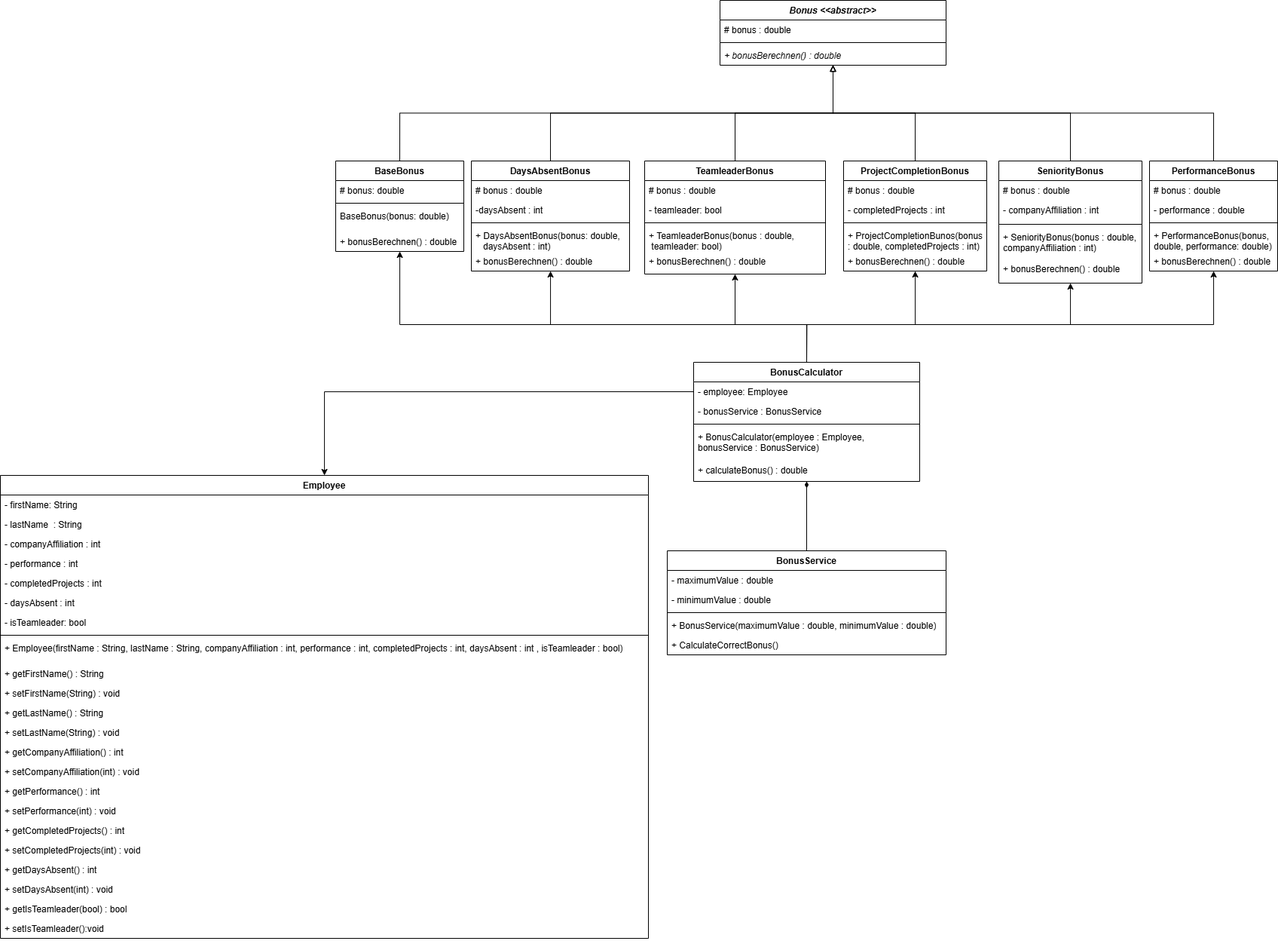
Above: DecoratorKlassendiagramm.png in DennisKasch/decorator-pattern-projekt (draw.io), before the change. Source tidied: cells renumbered, new cells last; positions are measured from the earlier drawing's top-left corner, leaving out a move shared by most shapes.
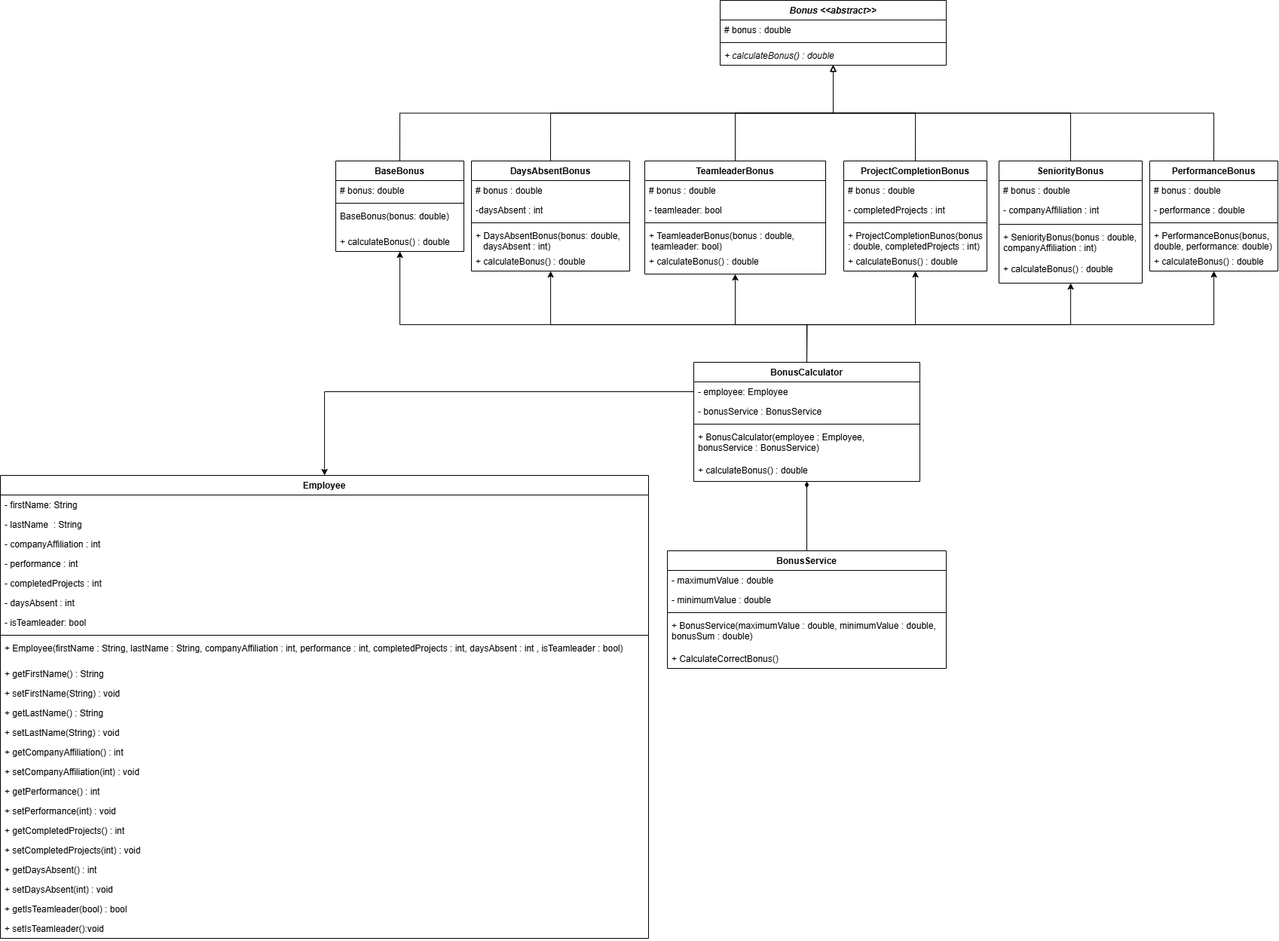
Later version of the same file.

Commit message:
Update Class Diagram

The edit, as a diff of the source:
```diff
@@ -83,7 +83,7 @@
     <mxCell id="28" style="line;strokeWidth=1;fillColor=none;align=left;verticalAlign=middle;spacingTop=-1;spacingLeft=3;spacingRight=3;labelPosition=right;strokeColor=inherit;" parent="26" vertex="1">
       <mxGeometry y="52" width="300" height="8" as="geometry" />
     </mxCell>
-    <mxCell id="29" value="+ bonusBerechnen() : double" style="text;strokeColor=none;fillColor=none;align=left;verticalAlign=top;spacingLeft=4;spacingRight=4;overflow=hidden;whiteSpace=wrap;html=1;fontStyle=2;" parent="26" vertex="1">
+    <mxCell id="29" value="+ calculateBonus() : double" style="text;strokeColor=none;fillColor=none;align=left;verticalAlign=top;spacingLeft=4;spacingRight=4;overflow=hidden;whiteSpace=wrap;html=1;fontStyle=2;" parent="26" vertex="1">
       <mxGeometry y="60" width="300" height="26" as="geometry" />
     </mxCell>
     <mxCell id="30" style="edgeStyle=orthogonalEdgeStyle;rounded=0;jettySize=auto;html=1;exitX=0.5;exitY=0;exitDx=0;exitDy=0;endArrow=block;endFill=0;" parent="1" edge="1" source="31" target="26">
@@ -101,7 +101,7 @@
     <mxCell id="34" value="BaseBonus(bonus: double)" style="text;strokeColor=none;fillColor=none;align=left;verticalAlign=top;spacingLeft=4;spacingRight=4;overflow=hidden;whiteSpace=wrap;html=1;" parent="31" vertex="1">
       <mxGeometry y="60" width="170" height="34" as="geometry" />
     </mxCell>
-    <mxCell id="35" value="+ bonusBerechnen() : double" style="text;strokeColor=none;fillColor=none;align=left;verticalAlign=top;spacingLeft=4;spacingRight=4;overflow=hidden;whiteSpace=wrap;html=1;" parent="31" vertex="1">
+    <mxCell id="35" value="+&amp;nbsp;calculateBonus() : double" style="text;strokeColor=none;fillColor=none;align=left;verticalAlign=top;spacingLeft=4;spacingRight=4;overflow=hidden;whiteSpace=wrap;html=1;" parent="31" vertex="1">
       <mxGeometry y="94" width="170" height="26" as="geometry" />
     </mxCell>
     <mxCell id="36" value="PerformanceBonus" style="swimlane;fontStyle=1;align=center;verticalAlign=top;horizontal=1;startSize=26;whiteSpace=wrap;html=1;" parent="1" vertex="1">
@@ -119,7 +119,7 @@
     <mxCell id="40" value="+ PerformanceBonus(bonus, double, performance: double)" style="text;strokeColor=none;fillColor=none;align=left;verticalAlign=top;spacingLeft=4;spacingRight=4;overflow=hidden;whiteSpace=wrap;html=1;" parent="36" vertex="1">
       <mxGeometry y="86" width="170" height="34" as="geometry" />
     </mxCell>
-    <mxCell id="41" value="+ bonusBerechnen() : double" style="text;strokeColor=none;fillColor=none;align=left;verticalAlign=top;spacingLeft=4;spacingRight=4;overflow=hidden;whiteSpace=wrap;html=1;" parent="36" vertex="1">
+    <mxCell id="41" value="+&amp;nbsp;calculateBonus() : double" style="text;strokeColor=none;fillColor=none;align=left;verticalAlign=top;spacingLeft=4;spacingRight=4;overflow=hidden;whiteSpace=wrap;html=1;" parent="36" vertex="1">
       <mxGeometry y="120" width="170" height="26" as="geometry" />
     </mxCell>
     <mxCell id="42" style="edgeStyle=orthogonalEdgeStyle;rounded=0;jettySize=auto;html=1;exitX=0.5;exitY=0;exitDx=0;exitDy=0;endArrow=block;endFill=0;" parent="1" edge="1" source="43" target="26">
@@ -140,7 +140,7 @@
     <mxCell id="47" value="+ SeniorityBonus(bonus : double, companyAffiliation : int)" style="text;strokeColor=none;fillColor=none;align=left;verticalAlign=top;spacingLeft=4;spacingRight=4;overflow=hidden;whiteSpace=wrap;html=1;" parent="43" vertex="1">
       <mxGeometry y="88" width="190" height="42" as="geometry" />
     </mxCell>
-    <mxCell id="48" value="+ bonusBerechnen() : double" style="text;strokeColor=none;fillColor=none;align=left;verticalAlign=top;spacingLeft=4;spacingRight=4;overflow=hidden;whiteSpace=wrap;html=1;" parent="43" vertex="1">
+    <mxCell id="48" value="+&amp;nbsp;calculateBonus() : double" style="text;strokeColor=none;fillColor=none;align=left;verticalAlign=top;spacingLeft=4;spacingRight=4;overflow=hidden;whiteSpace=wrap;html=1;" parent="43" vertex="1">
       <mxGeometry y="130" width="190" height="32" as="geometry" />
     </mxCell>
     <mxCell id="49" style="edgeStyle=orthogonalEdgeStyle;rounded=0;jettySize=auto;html=1;exitX=0.5;exitY=0;exitDx=0;exitDy=0;endArrow=block;endFill=0;" parent="1" edge="1" source="50" target="26">
@@ -161,7 +161,7 @@
     <mxCell id="54" value="+ ProjectCompletionBunos(bonus : double, completedProjects : int)" style="text;strokeColor=none;fillColor=none;align=left;verticalAlign=top;spacingLeft=4;spacingRight=4;overflow=hidden;whiteSpace=wrap;html=1;" parent="50" vertex="1">
       <mxGeometry y="86" width="190" height="34" as="geometry" />
     </mxCell>
-    <mxCell id="55" value="+ bonusBerechnen() : double" style="text;strokeColor=none;fillColor=none;align=left;verticalAlign=top;spacingLeft=4;spacingRight=4;overflow=hidden;whiteSpace=wrap;html=1;" parent="50" vertex="1">
+    <mxCell id="55" value="+&amp;nbsp;calculateBonus() : double" style="text;strokeColor=none;fillColor=none;align=left;verticalAlign=top;spacingLeft=4;spacingRight=4;overflow=hidden;whiteSpace=wrap;html=1;" parent="50" vertex="1">
       <mxGeometry y="120" width="190" height="26" as="geometry" />
     </mxCell>
     <mxCell id="56" style="edgeStyle=orthogonalEdgeStyle;rounded=0;jettySize=auto;html=1;exitX=0.5;exitY=0;exitDx=0;exitDy=0;endArrow=block;endFill=0;" parent="1" edge="1" source="57" target="26">
@@ -182,7 +182,7 @@
     <mxCell id="61" value="+ TeamleaderBonus(bonus : double,&amp;nbsp; &amp;nbsp; &amp;nbsp; &amp;nbsp; &amp;nbsp;teamleader: bool)" style="text;strokeColor=none;fillColor=none;align=left;verticalAlign=top;spacingLeft=4;spacingRight=4;overflow=hidden;whiteSpace=wrap;html=1;" parent="57" vertex="1">
       <mxGeometry y="86" width="240" height="34" as="geometry" />
     </mxCell>
-    <mxCell id="62" value="+ bonusBerechnen() : double" style="text;strokeColor=none;fillColor=none;align=left;verticalAlign=top;spacingLeft=4;spacingRight=4;overflow=hidden;whiteSpace=wrap;html=1;" parent="57" vertex="1">
+    <mxCell id="62" value="+&amp;nbsp;calculateBonus() : double" style="text;strokeColor=none;fillColor=none;align=left;verticalAlign=top;spacingLeft=4;spacingRight=4;overflow=hidden;whiteSpace=wrap;html=1;" parent="57" vertex="1">
       <mxGeometry y="120" width="240" height="30" as="geometry" />
     </mxCell>
     <mxCell id="63" style="edgeStyle=orthogonalEdgeStyle;rounded=0;jettySize=auto;html=1;exitX=0.5;exitY=0;exitDx=0;exitDy=0;endArrow=block;endFill=0;" parent="1" edge="1" source="64" target="26">
@@ -203,11 +203,11 @@
     <mxCell id="68" value="+ DaysAbsentBonus(bonus: double,&amp;nbsp; &amp;nbsp; &amp;nbsp;daysAbsent : int)&amp;nbsp;" style="text;strokeColor=none;fillColor=none;align=left;verticalAlign=top;spacingLeft=4;spacingRight=4;overflow=hidden;whiteSpace=wrap;html=1;" parent="64" vertex="1">
       <mxGeometry y="86" width="210" height="34" as="geometry" />
     </mxCell>
-    <mxCell id="69" value="+ bonusBerechnen() : double" style="text;strokeColor=none;fillColor=none;align=left;verticalAlign=top;spacingLeft=4;spacingRight=4;overflow=hidden;whiteSpace=wrap;html=1;" parent="64" vertex="1">
+    <mxCell id="69" value="+&amp;nbsp;calculateBonus() : double" style="text;strokeColor=none;fillColor=none;align=left;verticalAlign=top;spacingLeft=4;spacingRight=4;overflow=hidden;whiteSpace=wrap;html=1;" parent="64" vertex="1">
       <mxGeometry y="120" width="210" height="26" as="geometry" />
     </mxCell>
     <mxCell id="70" value="BonusService" style="swimlane;fontStyle=1;align=center;verticalAlign=top;horizontal=1;startSize=26;whiteSpace=wrap;html=1;" parent="1" vertex="1">
-      <mxGeometry x="885" y="730" width="370" height="138" as="geometry" />
+      <mxGeometry x="885" y="730" width="370" height="156" as="geometry" />
     </mxCell>
     <mxCell id="71" value="- maximumValue : double" style="text;strokeColor=none;fillColor=none;align=left;verticalAlign=top;spacingLeft=4;spacingRight=4;overflow=hidden;whiteSpace=wrap;html=1;" parent="70" vertex="1">
       <mxGeometry y="26" width="370" height="26" as="geometry" />
@@ -218,11 +218,11 @@
     <mxCell id="73" style="line;strokeWidth=1;fillColor=none;align=left;verticalAlign=middle;spacingTop=-1;spacingLeft=3;spacingRight=3;labelPosition=right;strokeColor=inherit;" parent="70" vertex="1">
       <mxGeometry y="78" width="370" height="8" as="geometry" />
     </mxCell>
-    <mxCell id="74" value="+ BonusService(maximumValue : double, minimumValue : double)" style="text;strokeColor=none;fillColor=none;align=left;verticalAlign=top;spacingLeft=4;spacingRight=4;overflow=hidden;whiteSpace=wrap;html=1;" parent="70" vertex="1">
-      <mxGeometry y="86" width="370" height="26" as="geometry" />
+    <mxCell id="74" value="+ BonusService(maximumValue : double, minimumValue : double, bonusSum : double)" style="text;strokeColor=none;fillColor=none;align=left;verticalAlign=top;spacingLeft=4;spacingRight=4;overflow=hidden;whiteSpace=wrap;html=1;" parent="70" vertex="1">
+      <mxGeometry y="86" width="370" height="44" as="geometry" />
     </mxCell>
     <mxCell id="75" value="+&amp;nbsp;CalculateCorrectBonus()" style="text;strokeColor=none;fillColor=none;align=left;verticalAlign=top;spacingLeft=4;spacingRight=4;overflow=hidden;whiteSpace=wrap;html=1;" parent="70" vertex="1">
-      <mxGeometry y="112" width="370" height="26" as="geometry" />
+      <mxGeometry y="130" width="370" height="26" as="geometry" />
     </mxCell>
     <mxCell id="76" style="edgeStyle=orthogonalEdgeStyle;rounded=0;jettySize=auto;html=1;exitX=0.5;exitY=0;exitDx=0;exitDy=0;" parent="1" edge="1" source="82" target="31">
       <mxGeometry relative="1" as="geometry">
```
